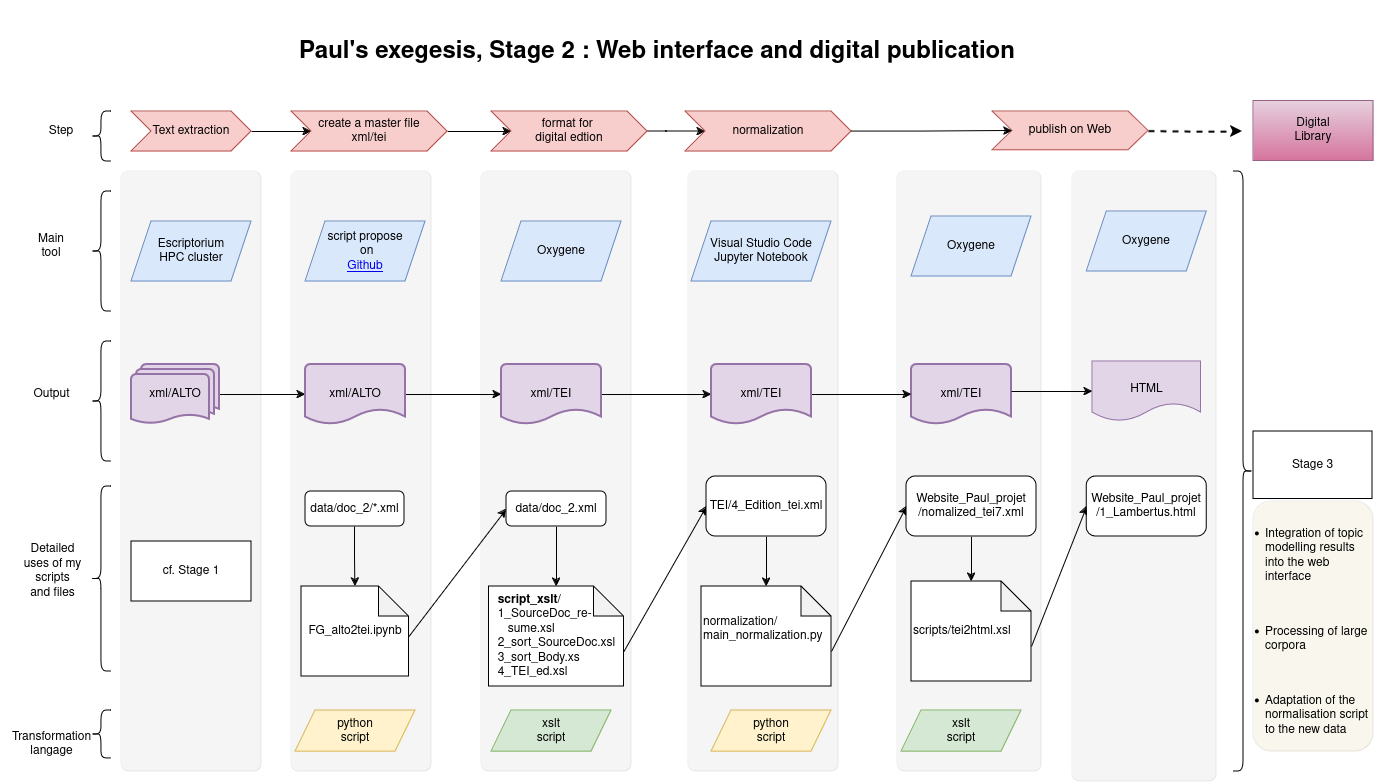
Before: Paul_Pipeline.png, a diagram exported from draw.io (FourbeFlo/PipeLine-for-Web-interface). Source tidied: cells renumbered, new cells last; positions are measured from the earlier drawing's top-left corner, leaving out a move shared by most shapes.
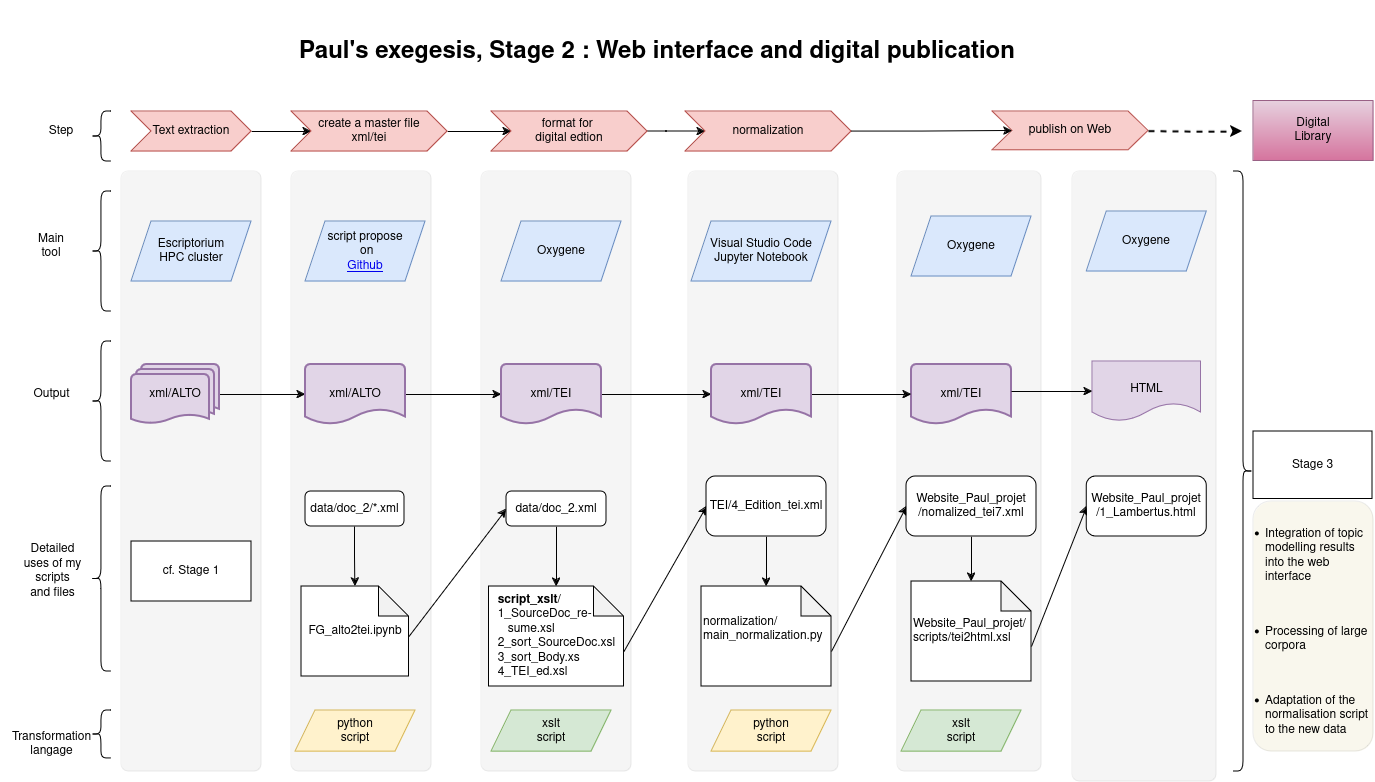
The same file after the commit.

What changed in the source:
```diff
@@ -155,7 +155,7 @@
     <mxCell id="52" value="&lt;div align=&quot;left&quot;&gt;normalization/&lt;/div&gt;&lt;div align=&quot;left&quot;&gt;main_normalization.py&lt;/div&gt;&lt;div align=&quot;left&quot;&gt;&lt;br&gt;&lt;/div&gt;" style="shape=note;whiteSpace=wrap;html=1;backgroundOutline=1;darkOpacity=0.05;align=left;" parent="7" vertex="1">
       <mxGeometry x="700" y="585" width="130" height="100" as="geometry" />
     </mxCell>
-    <mxCell id="53" value="scripts/tei2html.xsl" style="shape=note;whiteSpace=wrap;html=1;backgroundOutline=1;darkOpacity=0.05;align=left;" parent="7" vertex="1">
+    <mxCell id="53" value="&lt;div&gt;Website_Paul_projet/&lt;br&gt;&lt;/div&gt;&lt;div&gt;scripts/tei2html.xsl&lt;/div&gt;" style="shape=note;whiteSpace=wrap;html=1;backgroundOutline=1;darkOpacity=0.05;align=left;" parent="7" vertex="1">
       <mxGeometry x="910" y="580" width="120" height="100" as="geometry" />
     </mxCell>
     <mxCell id="54" style="endArrow=classic;html=1;rounded=0;entryX=0;entryY=0.5;entryDx=0;entryDy=0;" parent="7" edge="1" target="36">
```
